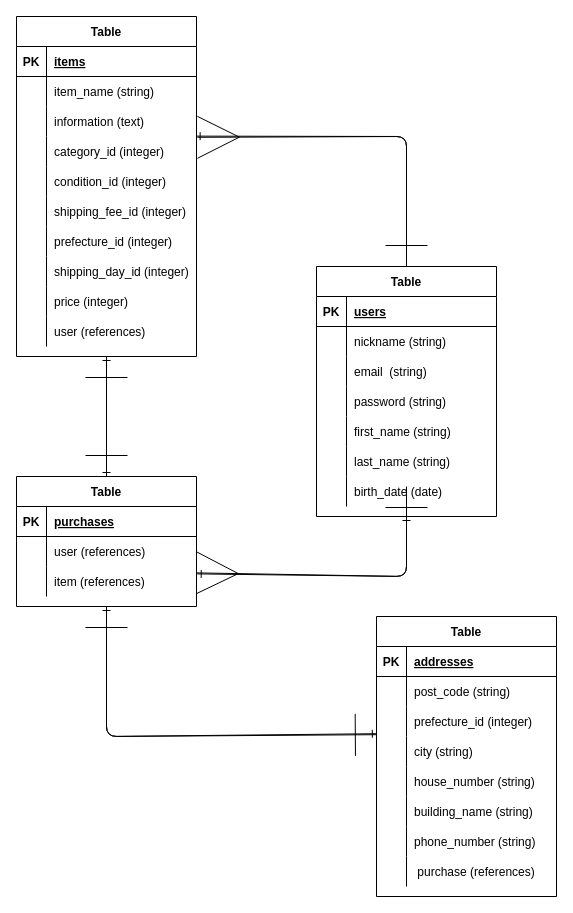
This is furima.dio from haise0807/furima-37138, a draw.io file, before an edit. Source tidied: cells renumbered, new cells numbered last; positions are measured from the earlier drawing's top-left corner, leaving out a move shared by most shapes. Both pictures are drawn from the tidied source at 100%, with x=0, y=0 at pixel (16, 16).
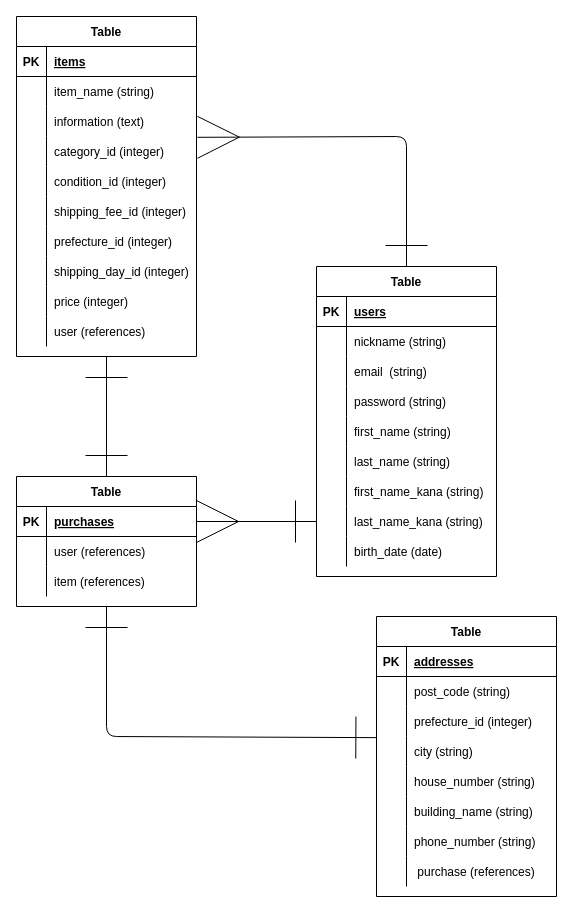
The same page after the edit.

The change refers to these unchanged cells:
```xml
<mxCell id="3" value="Table" style="shape=table;startSize=30;childLayout=tableLayout;rowLines=0;fontStyle=1;align=center;" parent="1" vertex="1">
  <mxGeometry width="180" height="340" as="geometry" />
</mxCell>
<mxCell id="10" style="shape=partialRectangle;fillColor=none;top=0;left=0;bottom=0;right=0;points=[[0,0.5],[1,0.5]];portConstraint=eastwest;" parent="3" vertex="1">
  <mxGeometry y="90" width="180" height="30" as="geometry" />
</mxCell>
<mxCell id="55" style="shape=partialRectangle;fillColor=none;top=0;left=0;bottom=0;right=0;" parent="36" vertex="1">
  <mxGeometry y="210" width="180" height="30" as="geometry" />
</mxCell>
<mxCell id="59" value="Table" style="shape=table;startSize=30;childLayout=tableLayout;rowLines=0;fontStyle=1;align=center;" parent="1" vertex="1">
  <mxGeometry y="460" width="180" height="130" as="geometry" />
</mxCell>
<mxCell id="60" style="shape=partialRectangle;fillColor=none;top=0;left=0;bottom=1;right=0;points=[[0,0.5],[1,0.5]];portConstraint=eastwest;" parent="59" vertex="1">
  <mxGeometry y="30" width="180" height="30" as="geometry" />
</mxCell>
<mxCell id="66" style="shape=partialRectangle;fillColor=none;top=0;left=0;bottom=0;right=0;points=[[0,0.5],[1,0.5]];portConstraint=eastwest;" parent="59" vertex="1">
  <mxGeometry y="90" width="180" height="30" as="geometry" />
</mxCell>
<mxCell id="76" style="shape=partialRectangle;fillColor=none;top=0;left=0;bottom=0;right=0;points=[[0,0.5],[1,0.5]];portConstraint=eastwest;" parent="69" vertex="1">
  <mxGeometry y="90" width="180" height="30" as="geometry" />
</mxCell>
<mxCell id="79" style="shape=partialRectangle;fillColor=none;top=0;left=0;bottom=0;right=0;points=[[0,0.5],[1,0.5]];portConstraint=eastwest;" parent="69" vertex="1">
  <mxGeometry y="120" width="180" height="30" as="geometry" />
</mxCell>
```

The edit, as a diff of the source:
```diff
@@
-    <mxCell id="2" style="edgeStyle=none;html=1;exitX=0.5;exitY=1;exitDx=0;exitDy=0;entryX=0.5;entryY=0;entryDx=0;entryDy=0;startArrow=ERone;startFill=0;endArrow=ERone;endFill=0;endSize=40;strokeWidth=1;" parent="1" edge="1" source="3" target="59">
+    <mxCell id="2" style="edgeStyle=none;html=1;exitX=0.5;exitY=1;exitDx=0;exitDy=0;entryX=0.5;entryY=0;entryDx=0;entryDy=0;startArrow=ERone;startFill=0;endArrow=ERone;endFill=0;endSize=40;strokeWidth=1;startSize=40;" parent="1" edge="1" source="3" target="59">
       <mxGeometry relative="1" as="geometry" />
     </mxCell>
@@
-    <mxCell id="34" style="edgeStyle=none;html=1;exitX=0.5;exitY=0;exitDx=0;exitDy=0;endArrow=ERmany;endFill=0;strokeWidth=1;endSize=40;entryX=1.005;entryY=1.027;entryDx=0;entryDy=0;entryPerimeter=0;" parent="1" edge="1" source="36" target="10">
+    <mxCell id="34" style="edgeStyle=none;html=1;exitX=0.5;exitY=0;exitDx=0;exitDy=0;endArrow=ERmany;endFill=0;strokeWidth=1;endSize=40;entryX=1.005;entryY=1.027;entryDx=0;entryDy=0;entryPerimeter=0;startArrow=ERone;startFill=0;startSize=40;" parent="1" edge="1" source="36" target="10">
       <mxGeometry relative="1" as="geometry">
         <Array as="points">
           <mxPoint x="390" y="120" />
         </Array>
       </mxGeometry>
     </mxCell>
-    <mxCell id="35" style="edgeStyle=none;html=1;exitX=0.5;exitY=1;exitDx=0;exitDy=0;entryX=0.999;entryY=0.213;entryDx=0;entryDy=0;startArrow=ERone;startFill=0;endArrow=ERmany;endFill=0;endSize=40;strokeWidth=1;entryPerimeter=0;" parent="1" edge="1" source="36" target="66">
-      <mxGeometry relative="1" as="geometry">
-        <Array as="points">
-          <mxPoint x="390" y="560" />
-        </Array>
-      </mxGeometry>
-    </mxCell>
     <mxCell id="36" value="Table" style="shape=table;startSize=30;childLayout=tableLayout;rowLines=0;fontStyle=1;align=center;" parent="1" vertex="1">
-      <mxGeometry x="300" y="250" width="180" height="250" as="geometry" />
+      <mxGeometry x="300" y="250" width="180" height="310" as="geometry" />
     </mxCell>
@@
-    <mxCell id="57" value="birth_date (date)" style="shape=partialRectangle;fillColor=none;top=0;left=0;bottom=0;right=0;align=left;spacingLeft=6;overflow=hidden;" parent="55" vertex="1">
+    <mxCell id="57" value="first_name_kana (string)" style="shape=partialRectangle;fillColor=none;top=0;left=0;bottom=0;right=0;align=left;spacingLeft=6;overflow=hidden;" parent="55" vertex="1">
       <mxGeometry x="30" width="150" height="30" as="geometry" />
     </mxCell>
-    <mxCell id="58" style="edgeStyle=none;html=1;exitX=0.5;exitY=0;exitDx=0;exitDy=0;entryX=0.5;entryY=1;entryDx=0;entryDy=0;startArrow=ERone;startFill=0;endArrow=ERone;endFill=0;endSize=40;strokeWidth=1;" parent="1" edge="1" source="59" target="3">
-      <mxGeometry relative="1" as="geometry" />
-    </mxCell>
+    <mxCell id="98" style="shape=partialRectangle;fillColor=none;top=0;left=0;bottom=0;right=0;points=[[0,0.5],[1,0.5]];portConstraint=eastwest;" parent="36" vertex="1">
+      <mxGeometry y="240" width="180" height="30" as="geometry" />
+    </mxCell>
+    <mxCell id="99" style="shape=partialRectangle;fillColor=none;top=0;left=0;bottom=0;right=0;overflow=hidden;" parent="98" vertex="1">
+      <mxGeometry width="30" height="30" as="geometry" />
+    </mxCell>
+    <mxCell id="100" value="last_name_kana (string)" style="shape=partialRectangle;fillColor=none;top=0;left=0;bottom=0;right=0;align=left;spacingLeft=6;overflow=hidden;" parent="98" vertex="1">
+      <mxGeometry x="30" width="150" height="30" as="geometry" />
+    </mxCell>
+    <mxCell id="101" style="shape=partialRectangle;fillColor=none;top=0;left=0;bottom=0;right=0;" parent="36" vertex="1">
+      <mxGeometry y="270" width="180" height="30" as="geometry" />
+    </mxCell>
+    <mxCell id="102" style="shape=partialRectangle;fillColor=none;top=0;left=0;bottom=0;right=0;overflow=hidden;" parent="101" vertex="1">
+      <mxGeometry width="30" height="30" as="geometry" />
+    </mxCell>
+    <mxCell id="103" value="birth_date (date)" style="shape=partialRectangle;fillColor=none;top=0;left=0;bottom=0;right=0;align=left;spacingLeft=6;overflow=hidden;" parent="101" vertex="1">
+      <mxGeometry x="30" width="150" height="30" as="geometry" />
+    </mxCell>
+    <mxCell id="104" style="edgeStyle=none;html=1;exitX=0.5;exitY=1;exitDx=0;exitDy=0;startArrow=ERone;startFill=0;endArrow=ERone;endFill=0;endSize=40;sourcePerimeterSpacing=30;targetPerimeterSpacing=30;strokeWidth=1;entryX=0.002;entryY=0.038;entryDx=0;entryDy=0;entryPerimeter=0;jumpSize=6;startSize=40;" parent="1" edge="1" source="59" target="79">
+      <mxGeometry relative="1" as="geometry">
+        <Array as="points">
+          <mxPoint x="90" y="720" />
+        </Array>
+      </mxGeometry>
+    </mxCell>
@@
-    <mxCell id="94" style="edgeStyle=none;html=1;startArrow=ERone;startFill=0;endArrow=ERone;endFill=0;endSize=40;strokeWidth=1;entryX=0.5;entryY=0;entryDx=0;entryDy=0;exitX=0.998;exitY=0.988;exitDx=0;exitDy=0;exitPerimeter=0;" parent="1" edge="1" source="10" target="36">
-      <mxGeometry relative="1" as="geometry">
-        <Array as="points">
-          <mxPoint x="390" y="120" />
-        </Array>
-      </mxGeometry>
-    </mxCell>
-    <mxCell id="95" style="edgeStyle=none;html=1;exitX=0.5;exitY=1;exitDx=0;exitDy=0;startArrow=ERone;startFill=0;endArrow=ERone;endFill=0;endSize=40;strokeWidth=1;entryX=-0.001;entryY=0.94;entryDx=0;entryDy=0;entryPerimeter=0;" parent="1" edge="1" source="59" target="76">
-      <mxGeometry relative="1" as="geometry">
-        <Array as="points">
-          <mxPoint x="90" y="720" />
-        </Array>
-      </mxGeometry>
-    </mxCell>
-    <mxCell id="96" style="edgeStyle=none;html=1;startArrow=ERone;startFill=0;endArrow=ERone;endFill=0;endSize=40;strokeWidth=1;exitX=-0.001;exitY=0.907;exitDx=0;exitDy=0;entryX=0.5;entryY=1;entryDx=0;entryDy=0;exitPerimeter=0;" parent="1" edge="1" source="76" target="59">
-      <mxGeometry relative="1" as="geometry">
-        <Array as="points">
-          <mxPoint x="90" y="720" />
-        </Array>
-      </mxGeometry>
-    </mxCell>
-    <mxCell id="97" style="edgeStyle=none;html=1;exitX=1.004;exitY=0.247;exitDx=0;exitDy=0;startArrow=ERone;startFill=0;endArrow=ERone;endFill=0;endSize=40;strokeWidth=1;exitPerimeter=0;" parent="1" edge="1" source="66">
-      <mxGeometry relative="1" as="geometry">
-        <mxPoint x="390" y="470" as="targetPoint" />
-        <Array as="points">
-          <mxPoint x="390" y="560" />
-        </Array>
-      </mxGeometry>
-    </mxCell>
+    <mxCell id="105" style="edgeStyle=none;html=1;exitX=1;exitY=0.5;exitDx=0;exitDy=0;entryX=0;entryY=0.5;entryDx=0;entryDy=0;endArrow=ERone;endFill=0;startArrow=ERmany;startFill=0;strokeWidth=1;endSize=40;startSize=40;" parent="1" edge="1" source="60" target="98">
+      <mxGeometry relative="1" as="geometry" />
+    </mxCell>
```
